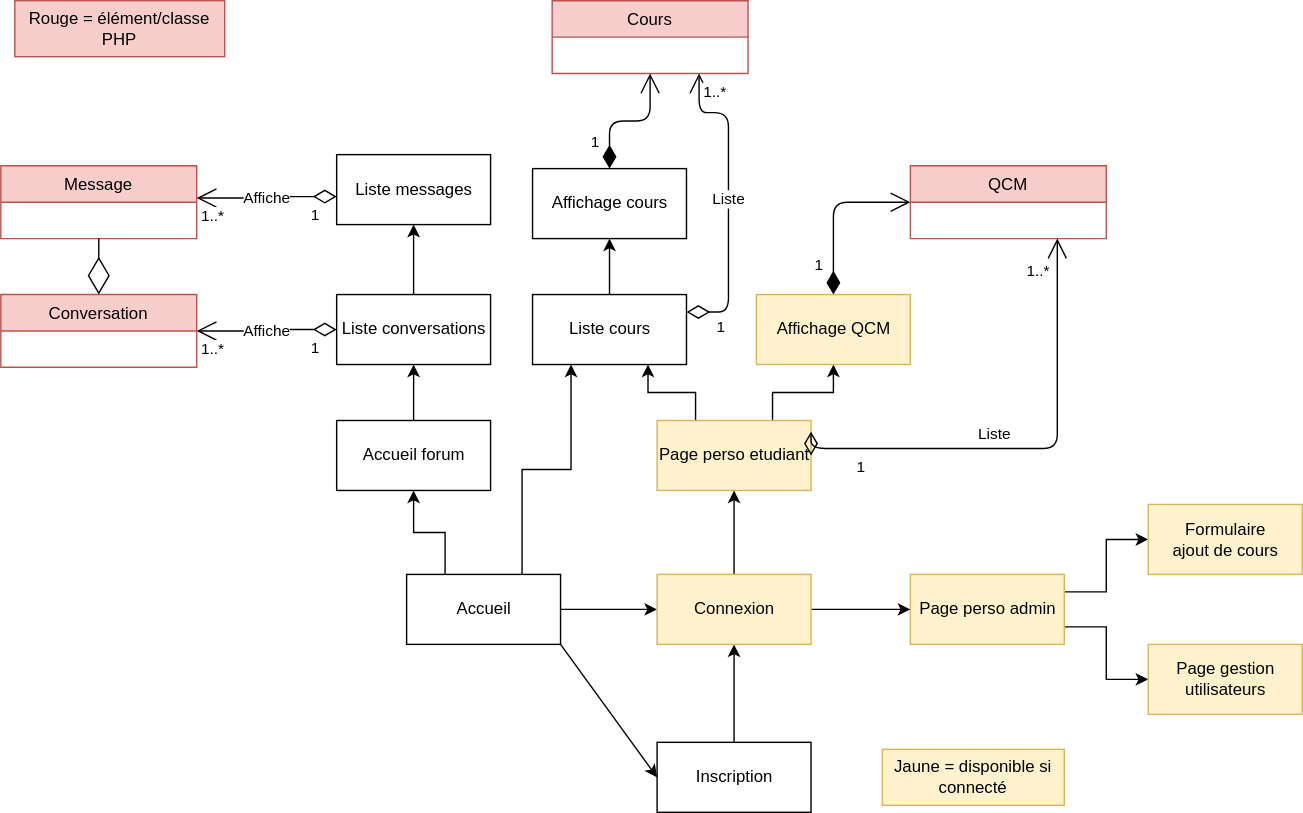
The draw.io diagram documentation/diagrammes/SVG/Navigation.svg in FC-Dijkstra/SiteFormation_DAW, before a commit. Source tidied: cells renumbered, new cells last; positions are measured from the earlier drawing's top-left corner, leaving out a move shared by most shapes.
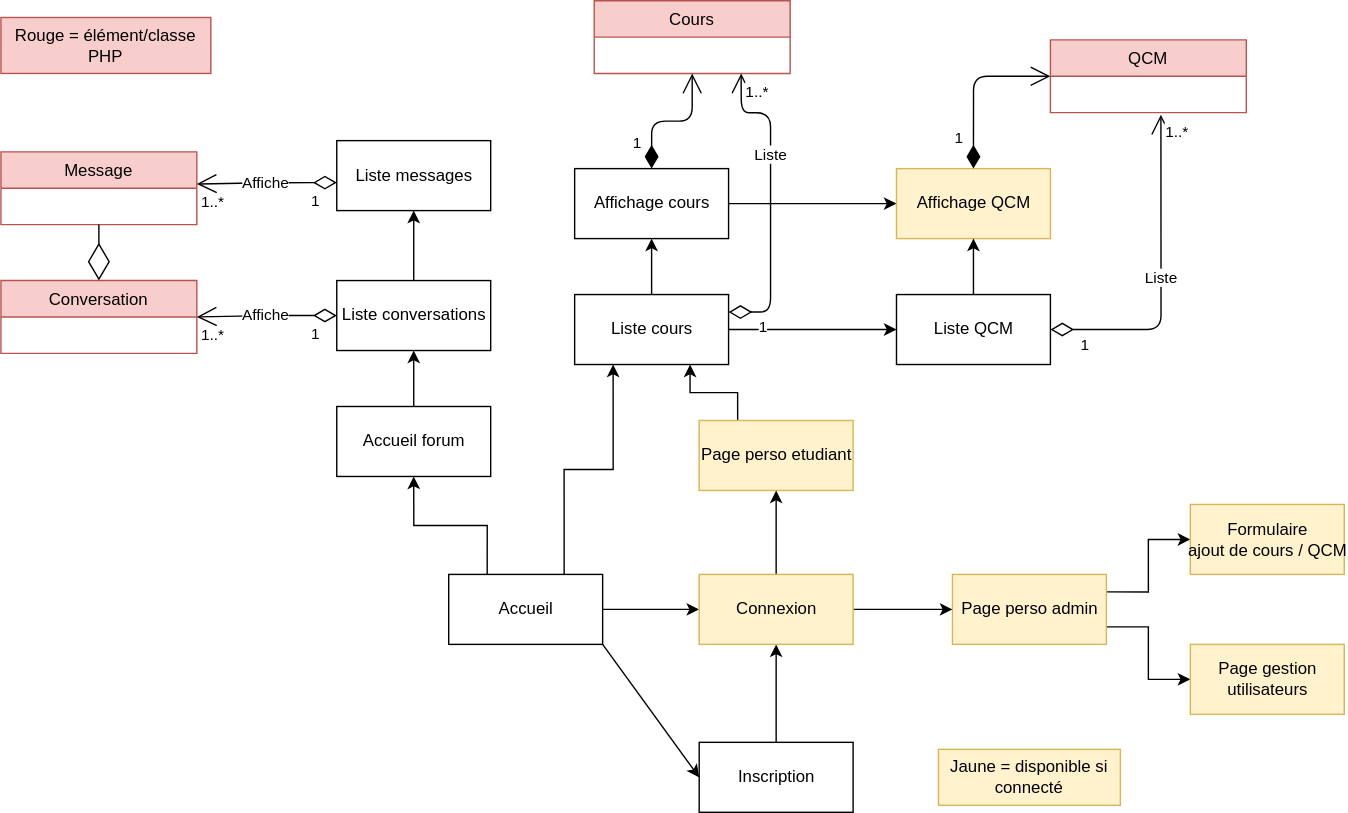
Later version of the same file.

What changed in the source:
```diff
@@ -11,9 +11,6 @@
     <mxCell id="4" value="Accueil&lt;br&gt;" style="html=1;" parent="1" vertex="1">
       <mxGeometry x="290" y="410" width="110" height="50" as="geometry" />
     </mxCell>
-    <mxCell id="5" style="edgeStyle=orthogonalEdgeStyle;rounded=0;jettySize=auto;html=1;exitX=0.75;exitY=0;exitDx=0;exitDy=0;entryX=0.5;entryY=1;entryDx=0;entryDy=0;" parent="1" edge="1" source="7" target="16">
-      <mxGeometry relative="1" as="geometry" />
-    </mxCell>
     <mxCell id="6" style="edgeStyle=orthogonalEdgeStyle;rounded=0;jettySize=auto;html=1;exitX=0.25;exitY=0;exitDx=0;exitDy=0;entryX=0.75;entryY=1;entryDx=0;entryDy=0;" parent="1" edge="1" source="7" target="14">
       <mxGeometry relative="1" as="geometry" />
     </mxCell>
@@ -33,30 +30,36 @@
       <mxGeometry relative="1" as="geometry" />
     </mxCell>
     <mxCell id="12" value="Accueil forum" style="html=1;" parent="1" vertex="1">
-      <mxGeometry x="240" y="300" width="110" height="50" as="geometry" />
+      <mxGeometry x="210" y="290" width="110" height="50" as="geometry" />
     </mxCell>
     <mxCell id="13" style="edgeStyle=orthogonalEdgeStyle;rounded=0;jettySize=auto;html=1;exitX=0.5;exitY=0;exitDx=0;exitDy=0;entryX=0.5;entryY=1;entryDx=0;entryDy=0;" parent="1" edge="1" source="14" target="15">
       <mxGeometry relative="1" as="geometry" />
     </mxCell>
+    <mxCell id="50" style="edgeStyle=orthogonalEdgeStyle;rounded=0;jettySize=auto;html=1;exitX=1;exitY=0.5;exitDx=0;exitDy=0;entryX=0;entryY=0.5;entryDx=0;entryDy=0;" parent="1" edge="1" source="14" target="53">
+      <mxGeometry relative="1" as="geometry" />
+    </mxCell>
     <mxCell id="14" value="Liste cours" style="html=1;" parent="1" vertex="1">
       <mxGeometry x="380" y="210" width="110" height="50" as="geometry" />
     </mxCell>
+    <mxCell id="51" style="edgeStyle=orthogonalEdgeStyle;rounded=0;jettySize=auto;html=1;exitX=1;exitY=0.5;exitDx=0;exitDy=0;entryX=0;entryY=0.5;entryDx=0;entryDy=0;" parent="1" edge="1" source="15" target="16">
+      <mxGeometry relative="1" as="geometry" />
+    </mxCell>
     <mxCell id="15" value="Affichage cours" style="html=1;" parent="1" vertex="1">
       <mxGeometry x="380" y="120" width="110" height="50" as="geometry" />
     </mxCell>
     <mxCell id="16" value="Affichage QCM" style="html=1;fillColor=#fff2cc;strokeColor=#d6b656;" parent="1" vertex="1">
-      <mxGeometry x="540" y="210" width="110" height="50" as="geometry" />
+      <mxGeometry x="610" y="120" width="110" height="50" as="geometry" />
     </mxCell>
     <mxCell id="17" style="edgeStyle=orthogonalEdgeStyle;rounded=0;jettySize=auto;html=1;exitX=0.5;exitY=0;exitDx=0;exitDy=0;entryX=0.5;entryY=1;entryDx=0;entryDy=0;" parent="1" edge="1" source="18" target="19">
       <mxGeometry relative="1" as="geometry" />
     </mxCell>
     <mxCell id="18" value="Liste conversations" style="html=1;" parent="1" vertex="1">
-      <mxGeometry x="240" y="210" width="110" height="50" as="geometry" />
+      <mxGeometry x="210" y="200" width="110" height="50" as="geometry" />
     </mxCell>
     <mxCell id="19" value="Liste messages" style="html=1;" parent="1" vertex="1">
-      <mxGeometry x="240" y="110" width="110" height="50" as="geometry" />
+      <mxGeometry x="210" y="100" width="110" height="50" as="geometry" />
     </mxCell>
-    <mxCell id="20" value="Formulaire &lt;br&gt;ajout de cours" style="html=1;fillColor=#fff2cc;strokeColor=#d6b656;" parent="1" vertex="1">
+    <mxCell id="20" value="Formulaire &lt;br&gt;ajout de cours / QCM" style="html=1;fillColor=#fff2cc;strokeColor=#d6b656;" parent="1" vertex="1">
       <mxGeometry x="820" y="360" width="110" height="50" as="geometry" />
     </mxCell>
     <mxCell id="21" value="Page gestion &lt;br&gt;utilisateurs" style="html=1;fillColor=#fff2cc;strokeColor=#d6b656;" parent="1" vertex="1">
@@ -84,21 +87,21 @@
       <mxGeometry x="469" y="410" width="110" height="50" as="geometry" />
     </mxCell>
     <mxCell id="29" value="Message" style="swimlane;fontStyle=0;horizontal=1;startSize=26;fillColor=#f8cecc;strokeColor=#b85450;" parent="1" vertex="1">
-      <mxGeometry y="118" width="140" height="52" as="geometry" />
+      <mxGeometry x="-30" y="108" width="140" height="52" as="geometry" />
     </mxCell>
     <mxCell id="30" value="Conversation" style="swimlane;fontStyle=0;horizontal=1;startSize=26;fillColor=#f8cecc;strokeColor=#b85450;" parent="1" vertex="1">
-      <mxGeometry y="210" width="140" height="52" as="geometry" />
+      <mxGeometry x="-30" y="200" width="140" height="52" as="geometry" />
     </mxCell>
     <mxCell id="31" value="Cours" style="swimlane;fontStyle=0;horizontal=1;startSize=26;fillColor=#f8cecc;strokeColor=#b85450;" parent="1" vertex="1">
       <mxGeometry x="394" width="140" height="52" as="geometry" />
     </mxCell>
     <mxCell id="32" value="QCM" style="swimlane;fontStyle=0;horizontal=1;startSize=26;fillColor=#f8cecc;strokeColor=#b85450;" parent="1" vertex="1">
-      <mxGeometry x="650" y="118" width="140" height="52" as="geometry" />
+      <mxGeometry x="720" y="28" width="140" height="52" as="geometry" />
     </mxCell>
     <mxCell id="33" value="Affiche" style="endArrow=open;html=1;endSize=12;startArrow=diamondThin;startSize=14;startFill=0;edgeStyle=orthogonalEdgeStyle;exitX=0;exitY=0.5;exitDx=0;exitDy=0;entryX=1;entryY=0.5;entryDx=0;entryDy=0;" parent="1" edge="1" source="18" target="30">
       <mxGeometry relative="1" as="geometry">
         <Array as="points">
-          <mxPoint x="190" y="235" />
+          <mxPoint x="160" y="225" />
         </Array>
       </mxGeometry>
     </mxCell>
@@ -114,10 +117,10 @@
     </mxCell>
     <mxCell id="36" value="Affiche" style="endArrow=open;html=1;endSize=12;startArrow=diamondThin;startSize=14;startFill=0;edgeStyle=orthogonalEdgeStyle;exitX=0;exitY=0.5;exitDx=0;exitDy=0;entryX=1;entryY=0.5;entryDx=0;entryDy=0;" parent="1" edge="1">
       <mxGeometry relative="1" as="geometry">
-        <mxPoint x="240" y="140" as="sourcePoint" />
-        <mxPoint x="140" y="141" as="targetPoint" />
+        <mxPoint x="210" y="130" as="sourcePoint" />
+        <mxPoint x="110" y="131" as="targetPoint" />
         <Array as="points">
-          <mxPoint x="190" y="140" />
+          <mxPoint x="160" y="130" />
         </Array>
       </mxGeometry>
     </mxCell>
@@ -135,7 +138,7 @@
       <mxGeometry relative="1" as="geometry" />
     </mxCell>
     <mxCell id="40" value="Liste" style="endArrow=open;html=1;endSize=12;startArrow=diamondThin;startSize=14;startFill=0;edgeStyle=orthogonalEdgeStyle;exitX=1;exitY=0.25;exitDx=0;exitDy=0;entryX=0.75;entryY=1;entryDx=0;entryDy=0;" parent="1" edge="1" source="14" target="31">
-      <mxGeometry relative="1" as="geometry">
+      <mxGeometry x="0.29" relative="1" as="geometry">
         <Array as="points">
           <mxPoint x="520" y="223" />
           <mxPoint x="520" y="80" />
@@ -159,29 +162,35 @@
     <mxCell id="44" value="1" style="endArrow=open;html=1;endSize=12;startArrow=diamondThin;startSize=14;startFill=1;edgeStyle=orthogonalEdgeStyle;align=left;verticalAlign=bottom;entryX=0;entryY=0.5;entryDx=0;entryDy=0;exitX=0.5;exitY=0;exitDx=0;exitDy=0;" parent="1" edge="1" source="16" target="32">
       <mxGeometry x="-0.79" y="15" relative="1" as="geometry" />
     </mxCell>
+    <mxCell id="48" value="Jaune = disponible si connecté" style="text;html=1;strokeColor=#d6b656;fillColor=#fff2cc;align=center;verticalAlign=middle;whiteSpace=wrap;rounded=0;" parent="1" vertex="1">
+      <mxGeometry x="640" y="535" width="130" height="40" as="geometry" />
+    </mxCell>
+    <mxCell id="49" value="Rouge = élément/classe PHP" style="text;html=1;strokeColor=#b85450;fillColor=#f8cecc;align=center;verticalAlign=middle;whiteSpace=wrap;rounded=0;" parent="1" vertex="1">
+      <mxGeometry x="-30" y="12" width="150" height="40" as="geometry" />
+    </mxCell>
+    <mxCell id="52" style="edgeStyle=orthogonalEdgeStyle;rounded=0;jettySize=auto;html=1;exitX=0.5;exitY=0;exitDx=0;exitDy=0;entryX=0.5;entryY=1;entryDx=0;entryDy=0;" parent="1" edge="1" source="53" target="16">
+      <mxGeometry relative="1" as="geometry" />
+    </mxCell>
+    <mxCell id="53" value="Liste QCM" style="html=1;" parent="1" vertex="1">
+      <mxGeometry x="610" y="210" width="110" height="50" as="geometry" />
+    </mxCell>
-    <mxCell id="45" value="Liste" style="endArrow=open;html=1;endSize=12;startArrow=diamondThin;startSize=14;startFill=0;edgeStyle=orthogonalEdgeStyle;exitX=1;exitY=0.5;exitDx=0;exitDy=0;entryX=0.75;entryY=1;entryDx=0;entryDy=0;" parent="1" edge="1" source="7" target="32">
-      <mxGeometry x="-0.18" y="10" relative="1" as="geometry">
+    <mxCell id="45" value="Liste" style="endArrow=open;html=1;endSize=12;startArrow=diamondThin;startSize=14;startFill=0;edgeStyle=orthogonalEdgeStyle;exitX=1;exitY=0.5;exitDx=0;exitDy=0;entryX=0.75;entryY=1;entryDx=0;entryDy=0;" parent="1" edge="1" source="53">
+      <mxGeometry relative="1" as="geometry">
+        <mxPoint x="799" y="81.5" as="targetPoint" />
         <Array as="points">
-          <mxPoint x="579" y="320" />
-          <mxPoint x="755" y="320" />
+          <mxPoint x="799" y="235" />
         </Array>
       </mxGeometry>
     </mxCell>
     <mxCell id="46" value="1" style="edgeLabel;html=1;align=left;verticalAlign=top;" parent="45" vertex="1">
       <mxGeometry x="-1" relative="1" as="geometry">
-        <mxPoint x="31" y="-5" as="offset" />
+        <mxPoint x="20" y="-2.5" as="offset" />
       </mxGeometry>
     </mxCell>
     <mxCell id="47" value="1..*" style="edgeLabel;html=1;align=right;verticalAlign=top;" parent="45" vertex="1">
       <mxGeometry x="1" relative="1" as="geometry">
-        <mxPoint x="-5" y="9.8" as="offset" />
+        <mxPoint x="19.8" as="offset" />
       </mxGeometry>
     </mxCell>
-    <mxCell id="48" value="Jaune = disponible si connecté" style="text;html=1;strokeColor=#d6b656;fillColor=#fff2cc;align=center;verticalAlign=middle;whiteSpace=wrap;rounded=0;" parent="1" vertex="1">
-      <mxGeometry x="630" y="535" width="130" height="40" as="geometry" />
-    </mxCell>
-    <mxCell id="49" value="Rouge = élément/classe PHP" style="text;html=1;strokeColor=#b85450;fillColor=#f8cecc;align=center;verticalAlign=middle;whiteSpace=wrap;rounded=0;" parent="1" vertex="1">
-      <mxGeometry x="10" width="150" height="40" as="geometry" />
-    </mxCell>
   </root>
 </mxGraphModel>
```
